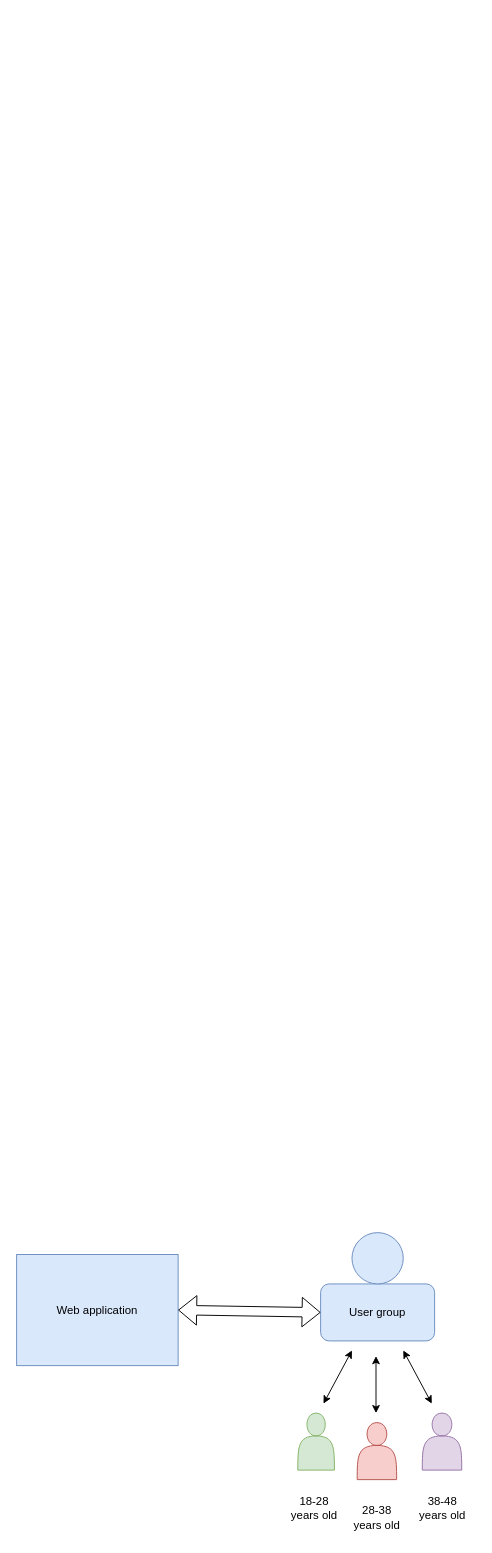
The draw.io diagram Workoutgenerator.drawio in Ersdalpy/Project---Web-app, before the edit. Source tidied: cells renumbered, new cells numbered last; positions are measured from the earlier drawing's top-left corner, leaving out a move shared by most shapes. Both pictures are drawn from the tidied source at 95%, with x=0, y=0 at pixel (16, 1232).
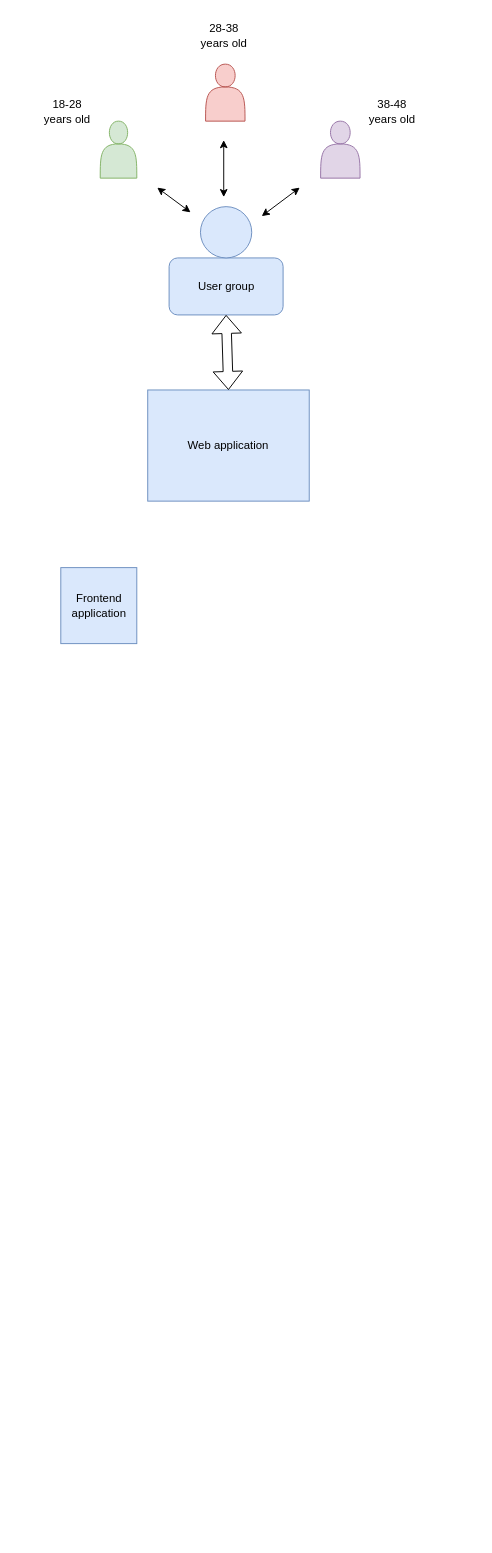
After the change.

What changed in the source:
```diff
@@
 <mxGraphModel>
   <root>
     <mxCell id="0" />
     <mxCell id="1" parent="0" />
     <mxCell id="2" value="User group" style="rounded=1;whiteSpace=wrap;html=1;fillColor=#dae8fc;strokeColor=#6c8ebf;" parent="1" vertex="1">
-      <mxGeometry x="320" y="54" width="120" height="60" as="geometry" />
+      <mxGeometry x="160.5" y="-1026" width="120" height="60" as="geometry" />
     </mxCell>
     <mxCell id="3" style="ellipse;whiteSpace=wrap;html=1;fillColor=#dae8fc;strokeColor=#6c8ebf;" parent="1" vertex="1">
-      <mxGeometry x="353" width="54" height="54" as="geometry" />
+      <mxGeometry x="193.5" y="-1080" width="54" height="54" as="geometry" />
     </mxCell>
     <mxCell id="4" value="Web application" style="rounded=0;whiteSpace=wrap;html=1;labelBackgroundColor=none;fillColor=#dae8fc;strokeColor=#6c8ebf;" parent="1" vertex="1">
-      <mxGeometry y="23" width="170" height="117" as="geometry" />
+      <mxGeometry x="138" y="-887" width="170" height="117" as="geometry" />
     </mxCell>
     <mxCell id="5" style="shape=actor;whiteSpace=wrap;html=1;fillColor=#d5e8d4;strokeColor=#82b366;" parent="1" vertex="1">
-      <mxGeometry x="296" y="190" width="38.5" height="60" as="geometry" />
+      <mxGeometry x="88" y="-1170" width="38.5" height="60" as="geometry" />
     </mxCell>
     <mxCell id="6" style="shape=actor;whiteSpace=wrap;html=1;fillColor=#f8cecc;strokeColor=#b85450;" parent="1" vertex="1">
-      <mxGeometry x="358.5" y="200" width="41.5" height="60" as="geometry" />
+      <mxGeometry x="198.9" y="-1230" width="41.5" height="60" as="geometry" />
     </mxCell>
     <mxCell id="7" style="shape=actor;whiteSpace=wrap;html=1;fillColor=#e1d5e7;strokeColor=#9673a6;" parent="1" vertex="1">
-      <mxGeometry x="427" y="190" width="41.5" height="60" as="geometry" />
+      <mxGeometry x="320" y="-1170" width="41.5" height="60" as="geometry" />
     </mxCell>
-    <mxCell id="8" style="shape=flexArrow;endArrow=classic;startArrow=classic;html=1;rounded=0;entryX=0;entryY=0.5;entryDx=0;entryDy=0;exitX=1;exitY=0.5;exitDx=0;exitDy=0;" parent="1" edge="1" source="4" target="2">
+    <mxCell id="8" style="shape=flexArrow;endArrow=classic;startArrow=classic;html=1;rounded=0;entryX=0.5;entryY=1;entryDx=0;entryDy=0;exitX=0.5;exitY=0;exitDx=0;exitDy=0;" parent="1" edge="1" source="4" target="2">
       <mxGeometry relative="1" as="geometry" />
     </mxCell>
-    <mxCell id="9" style="endArrow=classic;html=1;rounded=0;entryX=0.5;entryY=1;entryDx=0;entryDy=0;startArrow=classic;" parent="1" edge="1">
+    <mxCell id="9" style="endArrow=classic;html=1;rounded=0;startArrow=classic;" parent="1" edge="1">
       <mxGeometry relative="1" as="geometry">
-        <mxPoint x="323" y="180" as="sourcePoint" />
-        <mxPoint x="353" y="124" as="targetPoint" />
+        <mxPoint x="258" y="-1070" as="sourcePoint" />
+        <mxPoint x="298" y="-1100" as="targetPoint" />
       </mxGeometry>
     </mxCell>
     <mxCell id="10" style="endArrow=classic;html=1;rounded=0;startArrow=classic;" parent="1" edge="1">
       <mxGeometry relative="1" as="geometry">
-        <mxPoint x="378.3" y="190" as="sourcePoint" />
-        <mxPoint x="378.3" y="130" as="targetPoint" />
+        <mxPoint x="218" y="-1090" as="sourcePoint" />
+        <mxPoint x="218" y="-1150" as="targetPoint" />
       </mxGeometry>
     </mxCell>
     <mxCell id="11" style="endArrow=classic;html=1;rounded=0;startArrow=classic;" parent="1" edge="1">
       <mxGeometry relative="1" as="geometry">
-        <mxPoint x="437" y="180" as="sourcePoint" />
-        <mxPoint x="407" y="124" as="targetPoint" />
+        <mxPoint x="183.1" y="-1074" as="sourcePoint" />
+        <mxPoint x="148" y="-1100" as="targetPoint" />
       </mxGeometry>
     </mxCell>
     <mxCell id="12" value="18-28&lt;div&gt;years old&lt;/div&gt;" style="text;html=1;align=center;verticalAlign=middle;strokeColor=none;fillColor=none;" parent="1" vertex="1">
-      <mxGeometry x="277.5" y="270" width="70" height="40" as="geometry" />
+      <mxGeometry x="18" y="-1200" width="70" height="40" as="geometry" />
     </mxCell>
     <mxCell id="13" value="28-38&lt;div&gt;years old&lt;/div&gt;" style="text;html=1;align=center;verticalAlign=middle;strokeColor=none;fillColor=none;" parent="1" vertex="1">
-      <mxGeometry x="344.2" y="280" width="70" height="40" as="geometry" />
+      <mxGeometry x="183.1" y="-1280" width="70" height="40" as="geometry" />
     </mxCell>
     <mxCell id="14" value="38-48&lt;div&gt;years old&lt;/div&gt;" style="text;html=1;align=center;verticalAlign=middle;strokeColor=none;fillColor=none;" parent="1" vertex="1">
-      <mxGeometry x="412.8" y="270" width="70" height="40" as="geometry" />
+      <mxGeometry x="359.5" y="-1200" width="70" height="40" as="geometry" />
     </mxCell>
+    <mxCell id="15" value="Frontend application" style="whiteSpace=wrap;html=1;fillColor=#dae8fc;strokeColor=#6c8ebf;" parent="1" vertex="1">
+      <mxGeometry x="46.5" y="-700" width="80" height="80" as="geometry" />
+    </mxCell>
   </root>
 </mxGraphModel>
```
